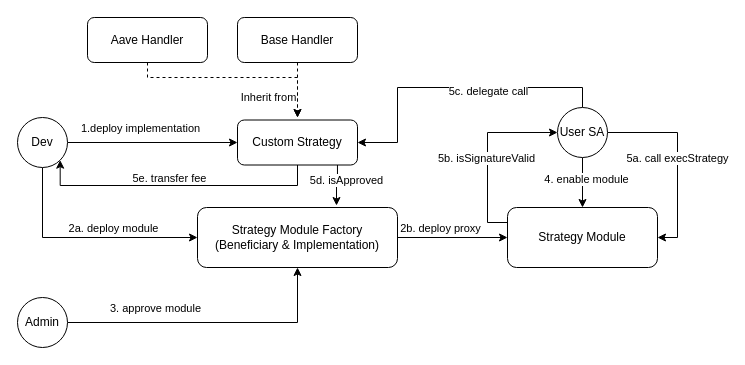
Unhosted-Wallet/unhosted-modules keeps this draw.io diagram as defi-strategies/strategy-diagram.drawio. Above is the earlier version. Source tidied: cells renumbered, new cells numbered last; positions are measured from the earlier drawing's top-left corner, leaving out a move shared by most shapes. Both pictures are drawn from the tidied source at 100%, with x=0, y=0 at pixel (17, 17).
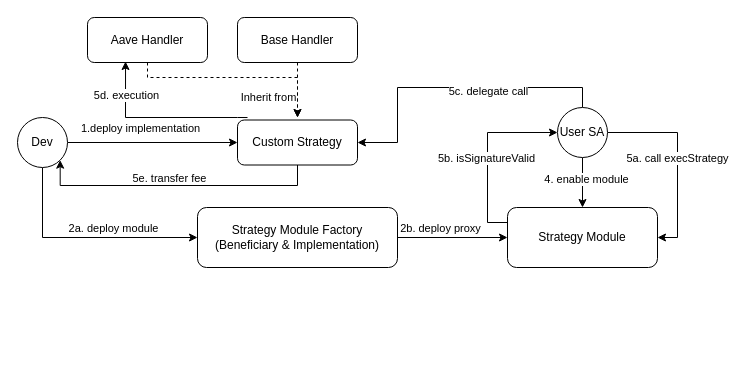
After the change.

Unchanged cells that the change refers to:
```xml
<mxCell id="11" value="Custom Strategy" style="rounded=1;whiteSpace=wrap;html=1;" parent="1" vertex="1">
  <mxGeometry x="220" y="102.5" width="120" height="45" as="geometry" />
</mxCell>
<mxCell id="16" value="Aave Handler" style="rounded=1;whiteSpace=wrap;html=1;" parent="1" vertex="1">
  <mxGeometry x="70" width="120" height="45" as="geometry" />
</mxCell>
<mxCell id="19" value="Strategy Module Factory&lt;br&gt;(Beneficiary &amp;amp;&amp;nbsp;Implementation)" style="whiteSpace=wrap;html=1;rounded=1;" parent="1" vertex="1">
  <mxGeometry x="180" y="190" width="200" height="60" as="geometry" />
</mxCell>
```

Diff of the diagram source:
```diff
@@
-    <mxCell id="9" style="edgeStyle=orthogonalEdgeStyle;rounded=0;jettySize=auto;html=1;entryX=0.695;entryY=-0.033;entryDx=0;entryDy=0;exitX=0.833;exitY=0.989;exitDx=0;exitDy=0;exitPerimeter=0;entryPerimeter=0;" parent="1" edge="1" source="11" target="19">
-      <mxGeometry relative="1" as="geometry" />
-    </mxCell>
-    <mxCell id="10" value="5d. isApproved" style="edgeLabel;html=1;align=center;verticalAlign=middle;" parent="9" vertex="1">
-      <mxGeometry x="-0.27" relative="1" as="geometry">
-        <mxPoint x="9" as="offset" />
-      </mxGeometry>
-    </mxCell>
@@
-    <mxCell id="20" style="edgeStyle=orthogonalEdgeStyle;rounded=0;jettySize=auto;html=1;entryX=0.5;entryY=1;entryDx=0;entryDy=0;" parent="1" edge="1" source="22" target="19">
-      <mxGeometry relative="1" as="geometry" />
-    </mxCell>
-    <mxCell id="21" value="3. approve module" style="edgeLabel;html=1;align=center;verticalAlign=middle;" parent="20" vertex="1">
-      <mxGeometry x="-0.36" y="-4" relative="1" as="geometry">
-        <mxPoint x="-4" y="-19" as="offset" />
-      </mxGeometry>
-    </mxCell>
-    <mxCell id="22" value="Admin" style="ellipse;whiteSpace=wrap;html=1;" parent="1" vertex="1">
-      <mxGeometry y="280" width="50" height="50" as="geometry" />
-    </mxCell>
@@
+    <mxCell id="33" style="edgeStyle=orthogonalEdgeStyle;rounded=0;jettySize=auto;html=1;entryX=0.317;entryY=0.978;entryDx=0;entryDy=0;entryPerimeter=0;" parent="1" edge="1" target="16">
+      <mxGeometry relative="1" as="geometry">
+        <mxPoint x="230" y="100" as="sourcePoint" />
+        <Array as="points">
+          <mxPoint x="220" y="100" />
+          <mxPoint x="108" y="100" />
+        </Array>
+      </mxGeometry>
+    </mxCell>
+    <mxCell id="34" value="5d. execution" style="edgeLabel;html=1;align=center;verticalAlign=middle;" parent="33" vertex="1">
+      <mxGeometry x="0.63" relative="1" as="geometry" />
+    </mxCell>
```
